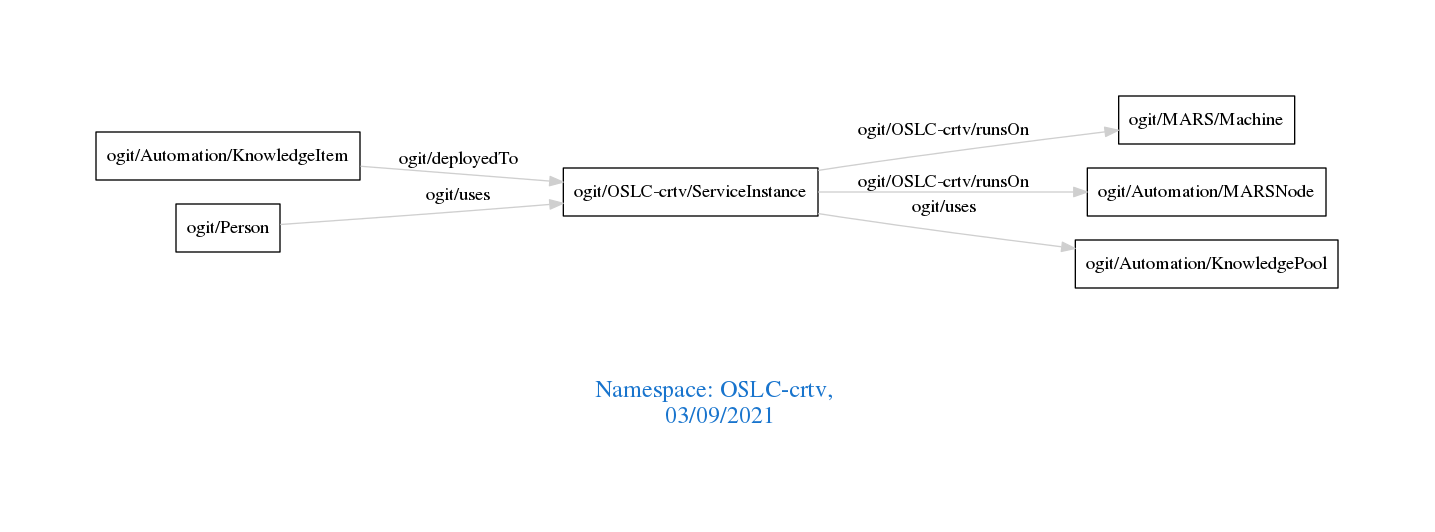
Above: downloads/OSLC-crtv.png in arago/OGIT (Graphviz), before the change. Its source is kept beside it as downloads/OSLC-crtv.dot.
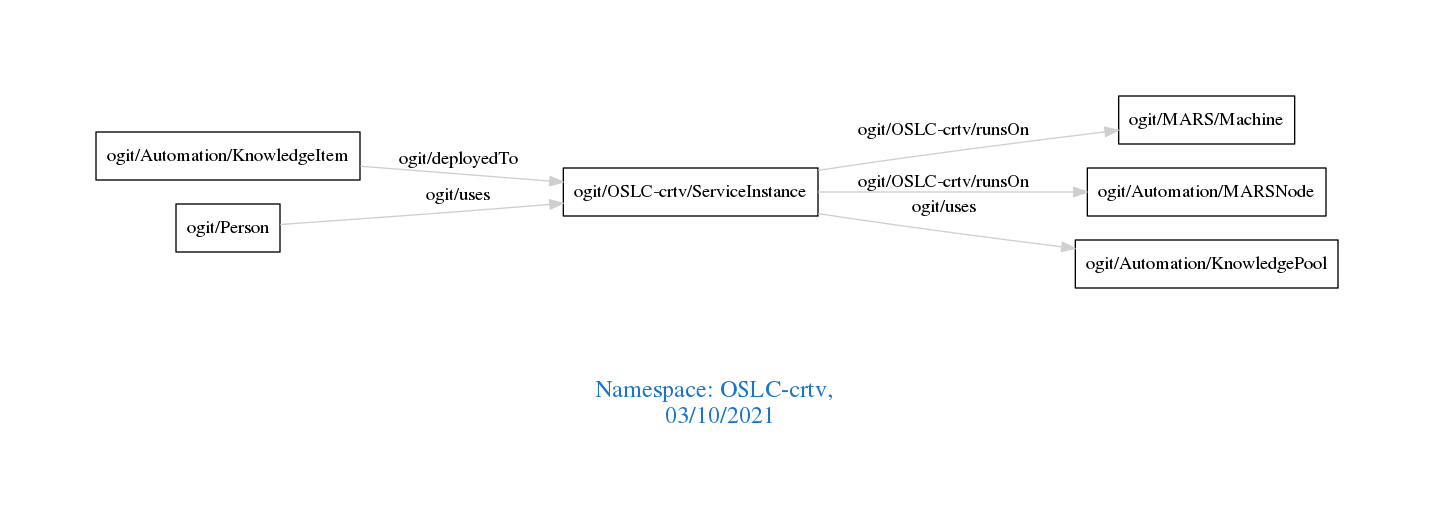
The same file after the commit.

Change to the diagram source:
```diff
@@ -1,7 +1,7 @@
 digraph OGIT_ontology {
  graph [ rankdir= LR,pad=1
 fontsize = 18,
-fontcolor= dodgerblue3,label = "\n\n\nNamespace: OSLC-crtv, \n 03/09/2021"];
+fontcolor= dodgerblue3,label = "\n\n\nNamespace: OSLC-crtv, \n 03/10/2021"];
 node[shape=polygon];
 edge [  color="gray81"];
 
```
